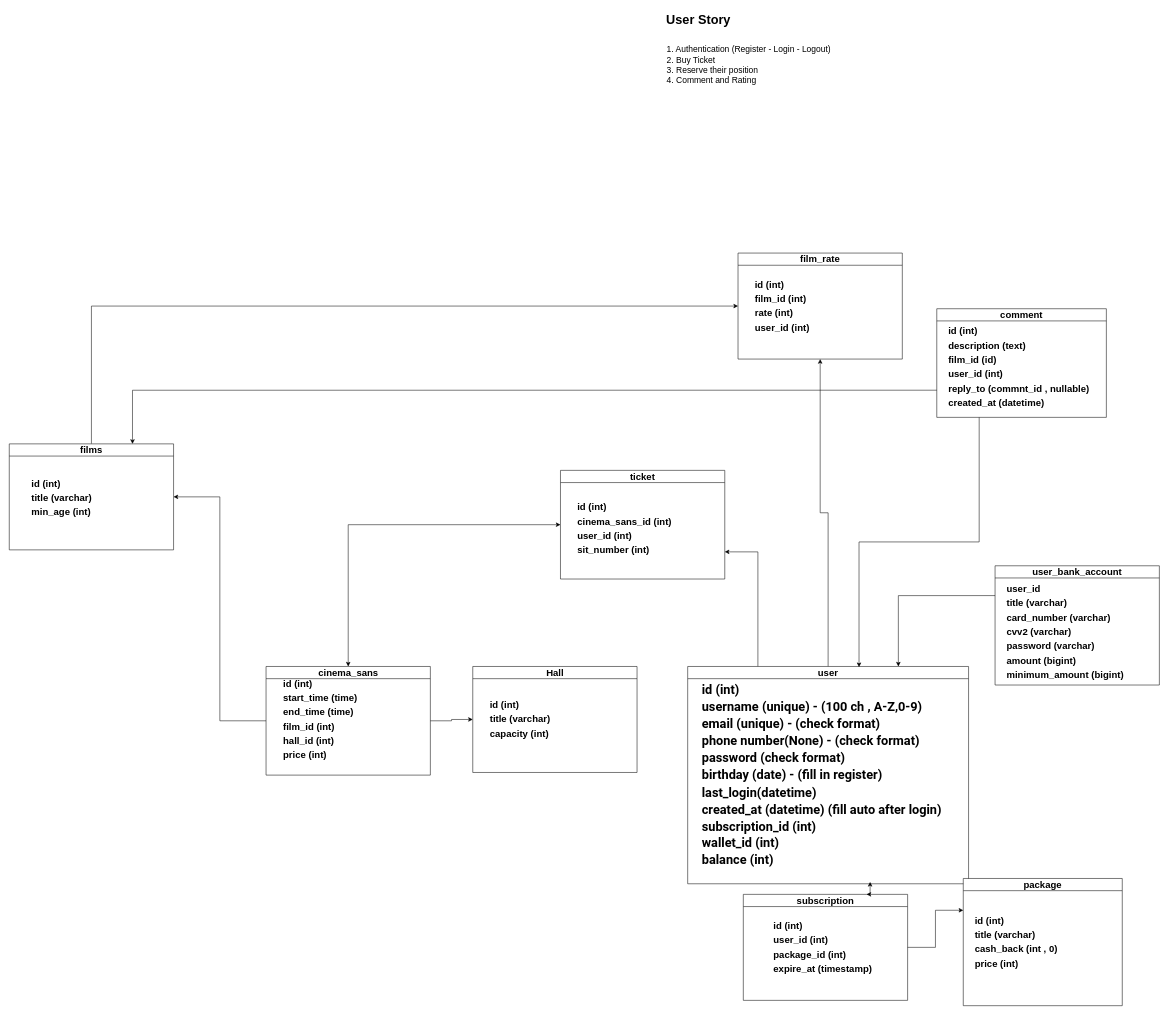
This is cinema-ticket.drawio from mraghdasi/cinema-ticket, a draw.io file, before an edit. Source tidied: cells renumbered, new cells numbered last; positions are measured from the earlier drawing's top-left corner, leaving out a move shared by most shapes. Both pictures are drawn from the tidied source at 53%, with x=0, y=0 at pixel (9, 9).
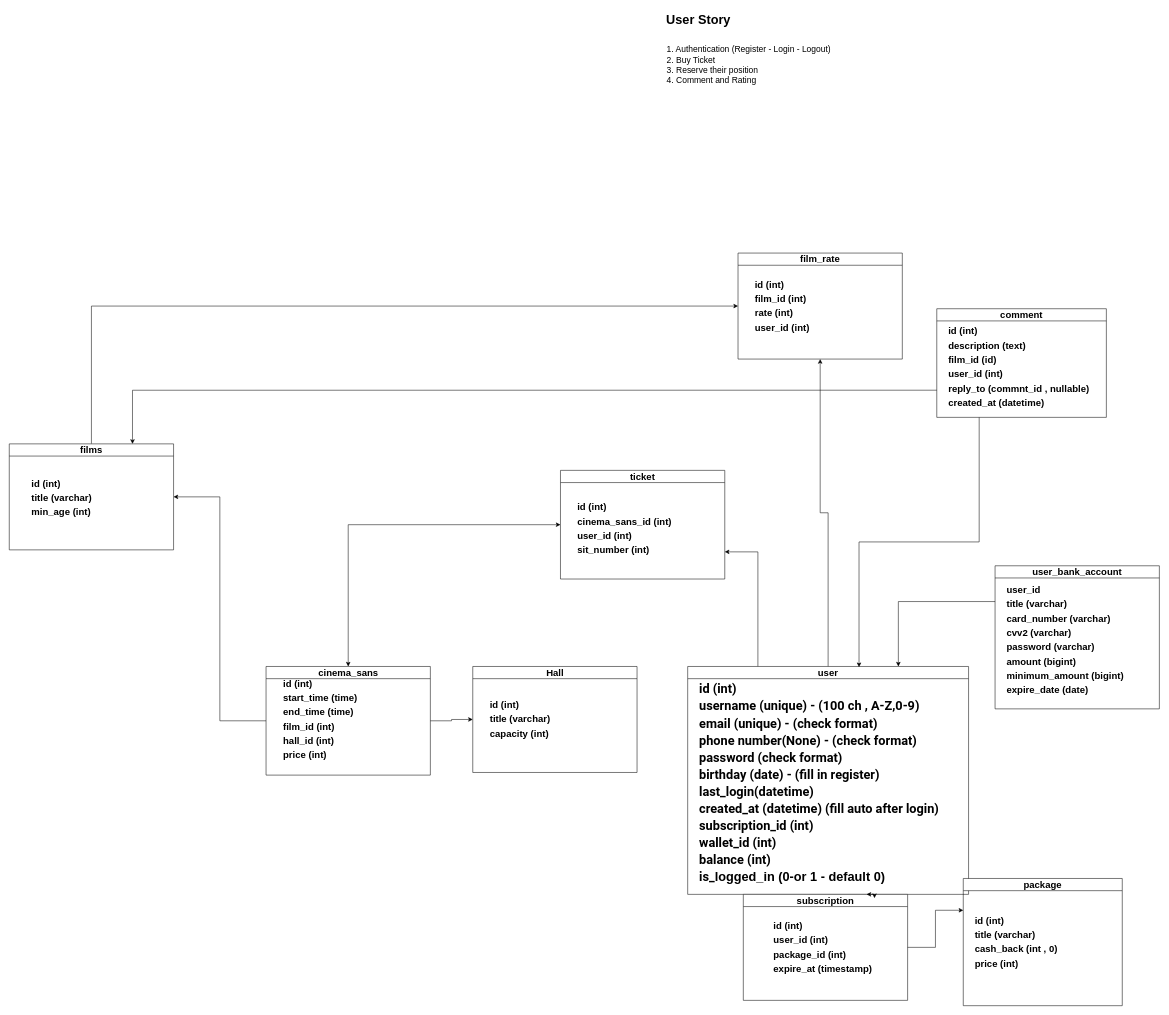
The same diagram, later.

The edit, as a diff of the source:
```diff
@@
     <mxCell id="8" value="&lt;h2&gt;user&lt;/h2&gt;" style="swimlane;whiteSpace=wrap;html=1;" parent="1" vertex="1">
-      <mxGeometry x="1280" y="1240" width="530" height="410" as="geometry" />
+      <mxGeometry x="1280" y="1240" width="530" height="430" as="geometry" />
     </mxCell>
-    <mxCell id="9" value="&lt;h1 style=&quot;border-color: var(--border-color); line-height: 130%; font-size: 24px;&quot;&gt;&lt;font style=&quot;font-size: 24px;&quot; face=&quot;Roboto, arial, sans-serif&quot;&gt;id (int)&lt;br&gt;&lt;/font&gt;&lt;font style=&quot;font-size: 24px;&quot; face=&quot;Roboto, arial, sans-serif&quot;&gt;&lt;span style=&quot;&quot;&gt;username (unique) - (100 ch , A-Z,0-9)&lt;br&gt;&lt;/span&gt;&lt;/font&gt;&lt;font style=&quot;font-size: 24px;&quot; face=&quot;Roboto, arial, sans-serif&quot;&gt;&lt;span style=&quot;&quot;&gt;email (unique) - (check format)&lt;br&gt;&lt;/span&gt;&lt;/font&gt;&lt;font style=&quot;font-size: 24px;&quot; face=&quot;Roboto, arial, sans-serif&quot;&gt;&lt;span style=&quot;&quot;&gt;phone number(None) - (check format)&lt;br&gt;&lt;/span&gt;&lt;/font&gt;&lt;font style=&quot;font-size: 24px;&quot; face=&quot;Roboto, arial, sans-serif&quot;&gt;&lt;span style=&quot;&quot;&gt;password (check format)&lt;br&gt;&lt;/span&gt;&lt;/font&gt;&lt;font style=&quot;font-size: 24px;&quot; face=&quot;Roboto, arial, sans-serif&quot;&gt;&lt;span style=&quot;&quot;&gt;birthday (date) - (fill in register)&lt;br&gt;&lt;/span&gt;&lt;/font&gt;&lt;font style=&quot;font-size: 24px;&quot; face=&quot;Roboto, arial, sans-serif&quot;&gt;&lt;span style=&quot;&quot;&gt;last_login(datetime)&lt;br&gt;&lt;/span&gt;&lt;/font&gt;&lt;font style=&quot;font-size: 24px;&quot; face=&quot;Roboto, arial, sans-serif&quot;&gt;&lt;span style=&quot;&quot;&gt;created_at (datetime) (fill auto after login)&lt;br&gt;&lt;/span&gt;&lt;/font&gt;&lt;font style=&quot;font-size: 24px;&quot; face=&quot;Roboto, arial, sans-serif&quot;&gt;&lt;span style=&quot;&quot;&gt;subscription_id (int)&lt;br&gt;&lt;/span&gt;&lt;/font&gt;&lt;font style=&quot;font-size: 24px;&quot; face=&quot;Roboto, arial, sans-serif&quot;&gt;&lt;span style=&quot;&quot;&gt;wallet_id (int)&lt;br&gt;&lt;/span&gt;&lt;/font&gt;&lt;font style=&quot;font-size: 24px;&quot; face=&quot;Roboto, arial, sans-serif&quot;&gt;balance (int)&lt;/font&gt;&lt;/h1&gt;" style="text;html=1;align=left;verticalAlign=middle;points=[];" parent="8" vertex="1">
-      <mxGeometry x="25" y="10" width="480" height="390" as="geometry" />
+    <mxCell id="9" value="&lt;h1 style=&quot;border-color: var(--border-color); line-height: 130%; font-size: 24px;&quot;&gt;&lt;font style=&quot;font-size: 24px;&quot; face=&quot;Roboto, arial, sans-serif&quot;&gt;id (int)&lt;br&gt;&lt;/font&gt;&lt;font style=&quot;font-size: 24px;&quot; face=&quot;Roboto, arial, sans-serif&quot;&gt;&lt;span style=&quot;&quot;&gt;username (unique) - (100 ch , A-Z,0-9)&lt;br&gt;&lt;/span&gt;&lt;/font&gt;&lt;font style=&quot;font-size: 24px;&quot; face=&quot;Roboto, arial, sans-serif&quot;&gt;&lt;span style=&quot;&quot;&gt;email (unique) - (check format)&lt;br&gt;&lt;/span&gt;&lt;/font&gt;&lt;font style=&quot;font-size: 24px;&quot; face=&quot;Roboto, arial, sans-serif&quot;&gt;&lt;span style=&quot;&quot;&gt;phone number(None) - (check format)&lt;br&gt;&lt;/span&gt;&lt;/font&gt;&lt;font style=&quot;font-size: 24px;&quot; face=&quot;Roboto, arial, sans-serif&quot;&gt;&lt;span style=&quot;&quot;&gt;password (check format)&lt;br&gt;&lt;/span&gt;&lt;/font&gt;&lt;font style=&quot;font-size: 24px;&quot; face=&quot;Roboto, arial, sans-serif&quot;&gt;&lt;span style=&quot;&quot;&gt;birthday (date) - (fill in register)&lt;br&gt;&lt;/span&gt;&lt;/font&gt;&lt;font style=&quot;font-size: 24px;&quot; face=&quot;Roboto, arial, sans-serif&quot;&gt;&lt;span style=&quot;&quot;&gt;last_login(datetime)&lt;br&gt;&lt;/span&gt;&lt;/font&gt;&lt;font style=&quot;font-size: 24px;&quot; face=&quot;Roboto, arial, sans-serif&quot;&gt;&lt;span style=&quot;&quot;&gt;created_at (datetime) (fill auto after login)&lt;br&gt;&lt;/span&gt;&lt;/font&gt;&lt;font style=&quot;font-size: 24px;&quot; face=&quot;Roboto, arial, sans-serif&quot;&gt;&lt;span style=&quot;&quot;&gt;subscription_id (int)&lt;br&gt;&lt;/span&gt;&lt;/font&gt;&lt;font style=&quot;font-size: 24px;&quot; face=&quot;Roboto, arial, sans-serif&quot;&gt;&lt;span style=&quot;&quot;&gt;wallet_id (int)&lt;br&gt;&lt;/span&gt;&lt;/font&gt;&lt;font style=&quot;font-size: 24px;&quot; face=&quot;Roboto, arial, sans-serif&quot;&gt;balance (int)&lt;br&gt;is_&lt;/font&gt;logged_in (0-or 1 - default 0)&lt;br&gt;&lt;/h1&gt;" style="text;html=1;align=left;verticalAlign=middle;points=[];" parent="8" vertex="1">
+      <mxGeometry x="20" y="10" width="500" height="420" as="geometry" />
     </mxCell>
@@
     <mxCell id="11" value="&lt;h2&gt;user_bank_account&lt;/h2&gt;" style="swimlane;whiteSpace=wrap;html=1;" parent="1" vertex="1">
-      <mxGeometry x="1860" y="1050" width="310" height="225" as="geometry" />
+      <mxGeometry x="1860" y="1050" width="310" height="270" as="geometry" />
     </mxCell>
-    <mxCell id="12" value="&lt;h2 style=&quot;line-height: 150%;&quot;&gt;user_id&amp;nbsp;&lt;br&gt;title (varchar)&lt;br&gt;card_number (varchar)&lt;br&gt;cvv2 (varchar)&lt;br&gt;password (varchar)&lt;br&gt;amount (bigint)&lt;br&gt;minimum_amount (bigint)&lt;/h2&gt;" style="text;html=1;align=left;verticalAlign=middle;strokeColor=none;fillColor=none;" parent="11" vertex="1">
-      <mxGeometry x="20" y="10" width="240" height="230" as="geometry" />
+    <mxCell id="12" value="&lt;h2 style=&quot;line-height: 150%;&quot;&gt;user_id&amp;nbsp;&lt;br&gt;title (varchar)&lt;br&gt;card_number (varchar)&lt;br&gt;cvv2 (varchar)&lt;br&gt;password (varchar)&lt;br&gt;amount (bigint)&lt;br&gt;minimum_amount (bigint)&lt;br&gt;expire_date (date)&lt;/h2&gt;" style="text;html=1;align=left;verticalAlign=middle;strokeColor=none;fillColor=none;" parent="11" vertex="1">
+      <mxGeometry x="20" y="10" width="240" height="260" as="geometry" />
     </mxCell>
```
